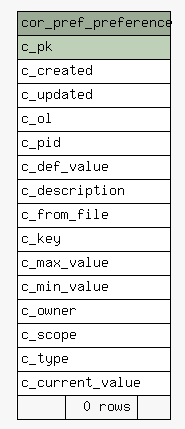
openwms/org.openwms.core.preferences.lib keeps this Graphviz diagram as 1.0.0-SNAPSHOT/schemaspy/diagrams/summary/cor_pref_preference.1degree.png. Above is the earlier version. Its source is kept beside it as 1.0.0-SNAPSHOT/schemaspy/diagrams/summary/cor_pref_preference.1degree.dot.
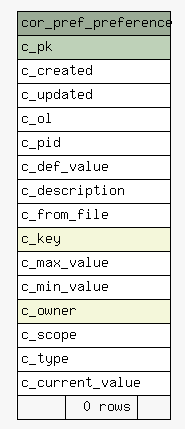
Later version of the same file.

Change to the diagram source:
```diff
@@ -27,10 +27,10 @@
       <TR><TD PORT="c_def_value" COLSPAN="3" ALIGN="LEFT">c_def_value</TD></TR>
       <TR><TD PORT="c_description" COLSPAN="3" ALIGN="LEFT">c_description</TD></TR>
       <TR><TD PORT="c_from_file" COLSPAN="3" ALIGN="LEFT">c_from_file</TD></TR>
-      <TR><TD PORT="c_key" COLSPAN="3" ALIGN="LEFT">c_key</TD></TR>
+      <TR><TD PORT="c_key" COLSPAN="3" BGCOLOR="#f4f7da" ALIGN="LEFT">c_key</TD></TR>
       <TR><TD PORT="c_max_value" COLSPAN="3" ALIGN="LEFT">c_max_value</TD></TR>
       <TR><TD PORT="c_min_value" COLSPAN="3" ALIGN="LEFT">c_min_value</TD></TR>
-      <TR><TD PORT="c_owner" COLSPAN="3" ALIGN="LEFT">c_owner</TD></TR>
+      <TR><TD PORT="c_owner" COLSPAN="3" BGCOLOR="#f4f7da" ALIGN="LEFT">c_owner</TD></TR>
       <TR><TD PORT="c_scope" COLSPAN="3" ALIGN="LEFT">c_scope</TD></TR>
       <TR><TD PORT="c_type" COLSPAN="3" ALIGN="LEFT">c_type</TD></TR>
       <TR><TD PORT="c_current_value" COLSPAN="3" ALIGN="LEFT">c_current_value</TD></TR>
```
